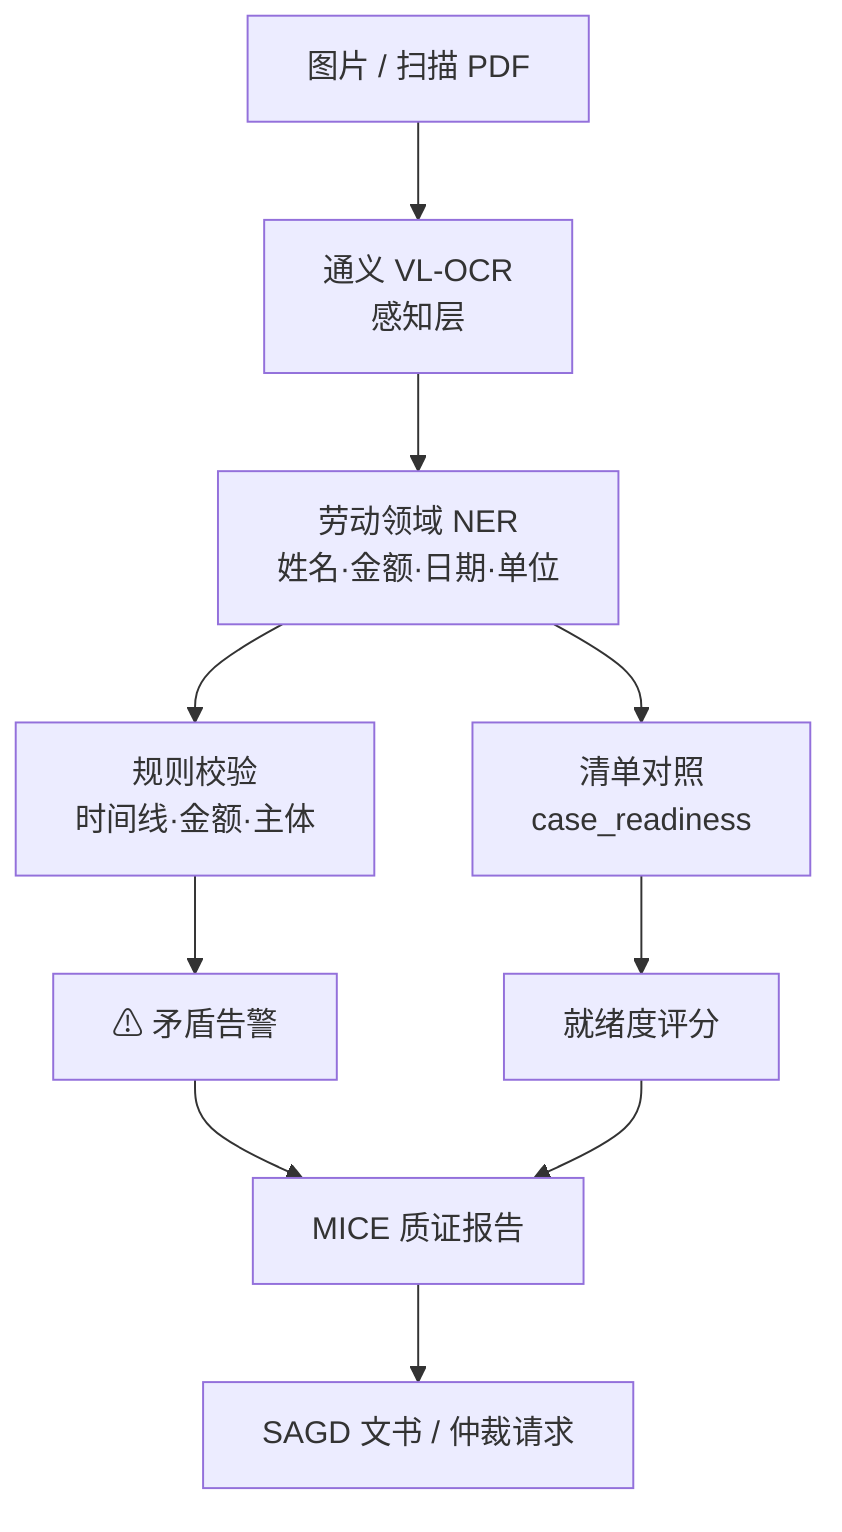
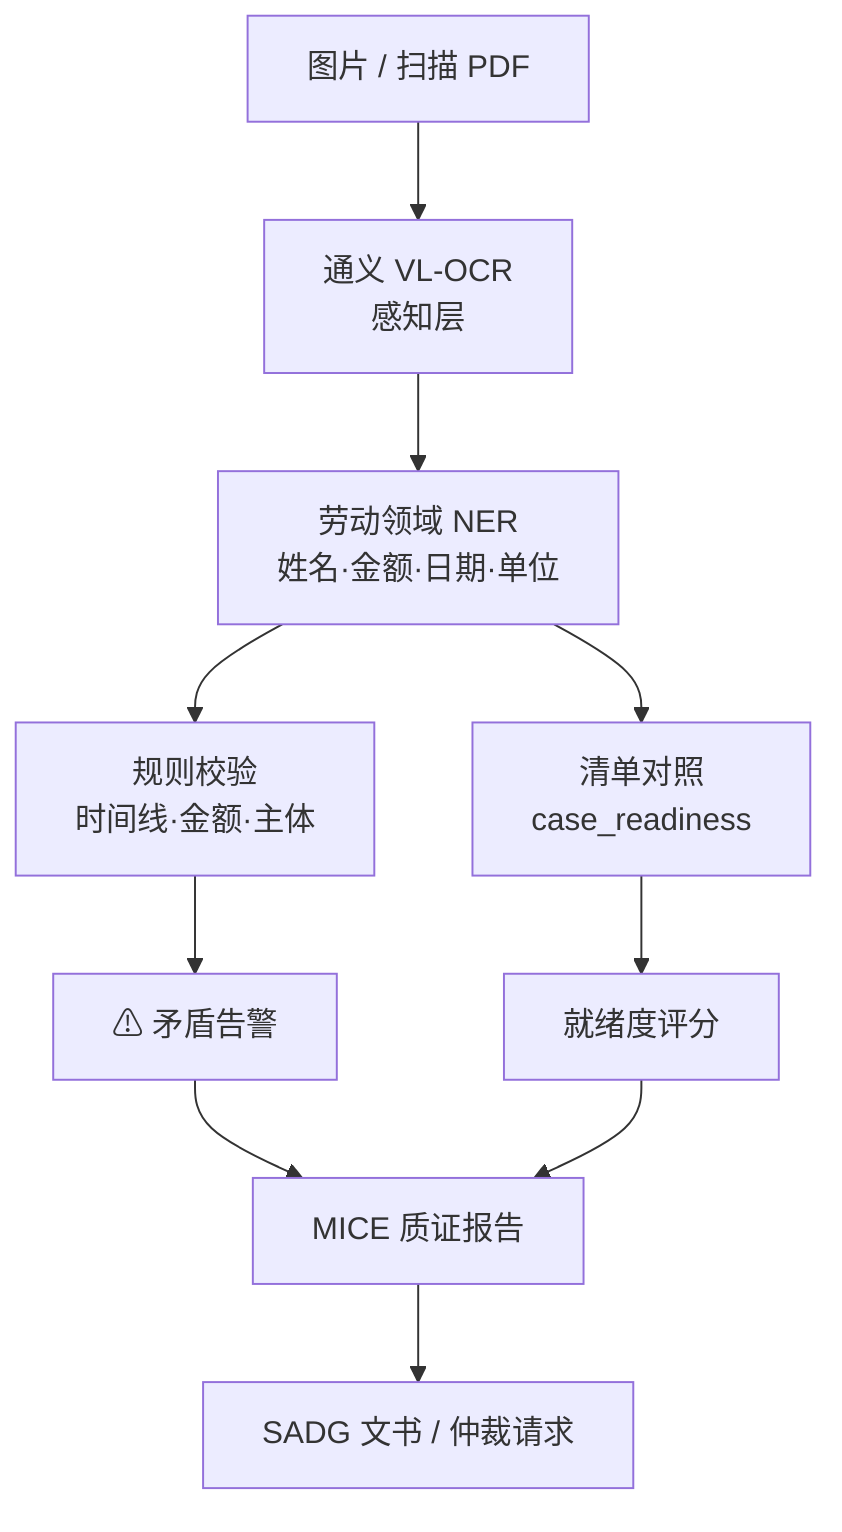
%% 关键算法二：MICE — Multimodal Integrity & Consistency Engine

flowchart TB
  IMG[图片 / 扫描 PDF] --> OCR[通义 VL-OCR\n感知层]
  OCR --> EXT[劳动领域 NER\n姓名·金额·日期·单位]
  EXT --> RULE[规则校验\n时间线·金额·主体]
  EXT --> LIST[清单对照\ncase_readiness]
  RULE --> ALERT[⚠ 矛盾告警]
  LIST --> SCORE[就绪度评分]
  ALERT --> REPORT[MICE 质证报告]
  SCORE --> REPORT
-   REPORT --> DOC[SAGD 文书 / 仲裁请求]
+   REPORT --> DOC[SADG 文书 / 仲裁请求]
